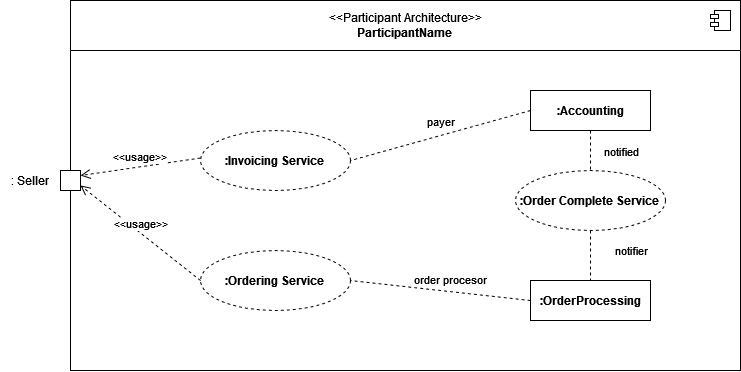
Above: Images/Tutorial Images/Services Architecture/13.png in giva16/drawio-custom-lib (draw.io), before the change. Source tidied: cells renumbered, new cells last; positions are measured from the earlier drawing's top-left corner, leaving out a move shared by most shapes. Source of this version:
```xml
<mxGraphModel>
  <root>
    <mxCell id="0" />
    <mxCell id="1" parent="0" />
    <mxCell id="2" style="group;" parent="1" vertex="1">
      <mxGeometry width="740" height="370" as="geometry" />
    </mxCell>
    <mxCell id="3" style="group;" parent="2" vertex="1">
      <mxGeometry x="60" width="680" height="370" as="geometry" />
    </mxCell>
    <mxCell id="4" value="&lt;div&gt;&lt;span style=&quot;font-weight: normal;&quot;&gt;&amp;lt;&amp;lt;Participant Architecture&amp;gt;&amp;gt;&lt;/span&gt;&lt;/div&gt;&lt;div&gt;ParticipantName&lt;br&gt;&lt;/div&gt;" style="swimlane;rounded=0;whiteSpace=wrap;html=1;startSize=50;" parent="3" vertex="1">
      <mxGeometry x="10" width="670" height="370" as="geometry" />
    </mxCell>
    <mxCell id="5" style="shape=component;jettyWidth=8;jettyHeight=4;" parent="4" vertex="1">
      <mxGeometry x="1" width="20" height="20" relative="1" as="geometry">
        <mxPoint x="-30" y="10" as="offset" />
      </mxGeometry>
    </mxCell>
    <mxCell id="6" value="&lt;b&gt;:Invoicing Service&lt;br&gt;&lt;/b&gt;" style="ellipse;whiteSpace=wrap;html=1;dashed=1;" parent="4" vertex="1">
      <mxGeometry x="130" y="130" width="150" height="60" as="geometry" />
    </mxCell>
    <mxCell id="7" value="&lt;b&gt;:Ordering Service&lt;br&gt;&lt;/b&gt;" style="ellipse;whiteSpace=wrap;html=1;dashed=1;" parent="4" vertex="1">
      <mxGeometry x="130" y="250" width="150" height="60" as="geometry" />
    </mxCell>
    <mxCell id="8" value="&lt;b&gt;:OrderProcessing&lt;/b&gt;" style="rounded=0;whiteSpace=wrap;html=1;" parent="4" vertex="1">
      <mxGeometry x="460" y="280" width="120" height="40" as="geometry" />
    </mxCell>
    <mxCell id="9" value="&lt;b&gt;:Order Complete Service&lt;br&gt;&lt;/b&gt;" style="ellipse;whiteSpace=wrap;html=1;dashed=1;" parent="4" vertex="1">
      <mxGeometry x="445" y="170" width="150" height="60" as="geometry" />
    </mxCell>
    <mxCell id="10" value="&lt;b&gt;:Accounting&lt;/b&gt;" style="rounded=0;whiteSpace=wrap;html=1;" parent="4" vertex="1">
      <mxGeometry x="460" y="90" width="120" height="40" as="geometry" />
    </mxCell>
    <mxCell id="11" style="endArrow=none;dashed=1;html=1;rounded=0;entryX=1;entryY=0.5;entryDx=0;entryDy=0;exitX=0;exitY=0.5;exitDx=0;exitDy=0;" parent="4" edge="1" source="10" target="6">
      <mxGeometry relative="1" as="geometry" />
    </mxCell>
    <mxCell id="12" value="payer" style="edgeLabel;html=1;align=center;verticalAlign=middle;" parent="11" vertex="1">
      <mxGeometry x="-0.28" y="-2" relative="1" as="geometry">
        <mxPoint x="-25" y="-6" as="offset" />
      </mxGeometry>
    </mxCell>
    <mxCell id="13" style="endArrow=none;dashed=1;html=1;rounded=0;entryX=1;entryY=0.5;entryDx=0;entryDy=0;exitX=0;exitY=0.5;exitDx=0;exitDy=0;" parent="4" edge="1" source="8" target="7">
      <mxGeometry relative="1" as="geometry" />
    </mxCell>
    <mxCell id="14" value="order procesor" style="edgeLabel;html=1;align=center;verticalAlign=middle;" parent="13" vertex="1">
      <mxGeometry x="-0.28" y="-2" relative="1" as="geometry">
        <mxPoint x="-16" y="-12" as="offset" />
      </mxGeometry>
    </mxCell>
    <mxCell id="15" value="&amp;lt;&amp;lt;usage&amp;gt;&amp;gt;" style="html=1;verticalAlign=bottom;endArrow=open;dashed=1;endSize=8;elbow=vertical;curved=0;rounded=0;entryX=1;entryY=0.75;entryDx=0;entryDy=0;" parent="4" edge="1" target="21">
      <mxGeometry relative="1" as="geometry">
        <mxPoint x="130" y="280" as="sourcePoint" />
      </mxGeometry>
    </mxCell>
    <mxCell id="16" value="&amp;lt;&amp;lt;usage&amp;gt;&amp;gt;" style="html=1;verticalAlign=bottom;endArrow=open;dashed=1;endSize=8;elbow=vertical;curved=0;rounded=0;entryX=1;entryY=0.25;entryDx=0;entryDy=0;" parent="4" edge="1" target="21">
      <mxGeometry relative="1" as="geometry">
        <mxPoint x="130" y="157.5" as="sourcePoint" />
      </mxGeometry>
    </mxCell>
    <mxCell id="17" style="endArrow=none;dashed=1;html=1;rounded=0;entryX=0.5;entryY=0;entryDx=0;entryDy=0;exitX=0.5;exitY=1;exitDx=0;exitDy=0;" parent="4" edge="1" source="10" target="9">
      <mxGeometry relative="1" as="geometry" />
    </mxCell>
    <mxCell id="18" value="notified" style="edgeLabel;html=1;align=center;verticalAlign=middle;" parent="17" vertex="1">
      <mxGeometry x="-0.28" y="-2" relative="1" as="geometry">
        <mxPoint x="32" y="6" as="offset" />
      </mxGeometry>
    </mxCell>
    <mxCell id="19" style="endArrow=none;dashed=1;html=1;rounded=0;entryX=0.5;entryY=0;entryDx=0;entryDy=0;exitX=0.5;exitY=1;exitDx=0;exitDy=0;" parent="4" edge="1" source="9" target="8">
      <mxGeometry relative="1" as="geometry" />
    </mxCell>
    <mxCell id="20" value="notifier" style="edgeLabel;html=1;align=center;verticalAlign=middle;" parent="19" vertex="1">
      <mxGeometry x="-0.28" y="-2" relative="1" as="geometry">
        <mxPoint x="42" y="2" as="offset" />
      </mxGeometry>
    </mxCell>
    <mxCell id="21" style="html=1;rounded=0;" parent="3" vertex="1">
      <mxGeometry y="170" width="20" height="20" as="geometry" />
    </mxCell>
    <mxCell id="22" value=": Seller" style="text;strokeColor=none;align=center;fillColor=none;html=1;verticalAlign=middle;whiteSpace=wrap;rounded=0;" parent="2" vertex="1">
      <mxGeometry y="160" width="60" height="40" as="geometry" />
    </mxCell>
  </root>
</mxGraphModel>
```
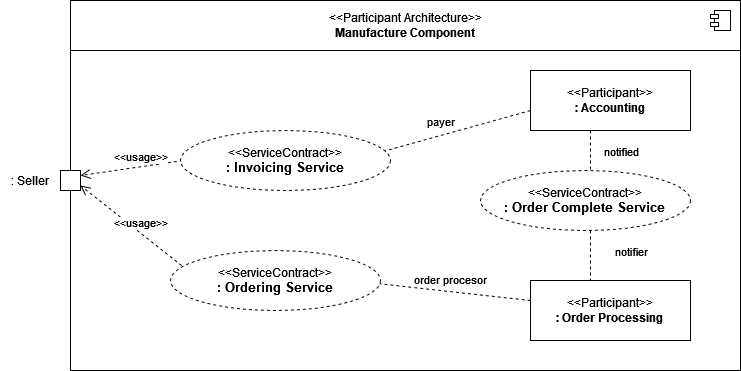
The same diagram one commit later.

Change to the diagram source:
```diff
@@ -8,7 +8,7 @@
     <mxCell id="3" style="group;" parent="2" vertex="1">
       <mxGeometry x="60" width="680" height="370" as="geometry" />
     </mxCell>
-    <mxCell id="4" value="&lt;div&gt;&lt;span style=&quot;font-weight: normal;&quot;&gt;&amp;lt;&amp;lt;Participant Architecture&amp;gt;&amp;gt;&lt;/span&gt;&lt;/div&gt;&lt;div&gt;ParticipantName&lt;br&gt;&lt;/div&gt;" style="swimlane;rounded=0;whiteSpace=wrap;html=1;startSize=50;" parent="3" vertex="1">
+    <mxCell id="4" value="&lt;div&gt;&lt;span style=&quot;font-weight: normal;&quot;&gt;&amp;lt;&amp;lt;Participant Architecture&amp;gt;&amp;gt;&lt;/span&gt;&lt;/div&gt;&lt;div&gt;Manufacture Component&lt;br&gt;&lt;/div&gt;" style="swimlane;rounded=0;whiteSpace=wrap;html=1;startSize=50;" parent="3" vertex="1">
       <mxGeometry x="10" width="670" height="370" as="geometry" />
     </mxCell>
     <mxCell id="5" style="shape=component;jettyWidth=8;jettyHeight=4;" parent="4" vertex="1">
@@ -16,62 +16,74 @@
         <mxPoint x="-30" y="10" as="offset" />
       </mxGeometry>
     </mxCell>
-    <mxCell id="6" value="&lt;b&gt;:Invoicing Service&lt;br&gt;&lt;/b&gt;" style="ellipse;whiteSpace=wrap;html=1;dashed=1;" parent="4" vertex="1">
-      <mxGeometry x="130" y="130" width="150" height="60" as="geometry" />
+    <mxCell id="6" style="endArrow=none;dashed=1;html=1;rounded=0;entryX=1;entryY=0.5;entryDx=0;entryDy=0;exitX=0;exitY=0.5;exitDx=0;exitDy=0;" parent="4" edge="1">
+      <mxGeometry relative="1" as="geometry">
+        <mxPoint x="460" y="110" as="sourcePoint" />
+        <mxPoint x="280" y="160" as="targetPoint" />
+      </mxGeometry>
     </mxCell>
-    <mxCell id="7" value="&lt;b&gt;:Ordering Service&lt;br&gt;&lt;/b&gt;" style="ellipse;whiteSpace=wrap;html=1;dashed=1;" parent="4" vertex="1">
-      <mxGeometry x="130" y="250" width="150" height="60" as="geometry" />
+    <mxCell id="7" value="payer" style="edgeLabel;html=1;align=center;verticalAlign=middle;points=[];" parent="6" vertex="1">
+      <mxGeometry x="-0.28" y="-2" relative="1" as="geometry">
+        <mxPoint x="-25" y="-6" as="offset" />
+      </mxGeometry>
     </mxCell>
-    <mxCell id="8" value="&lt;b&gt;:OrderProcessing&lt;/b&gt;" style="rounded=0;whiteSpace=wrap;html=1;" parent="4" vertex="1">
-      <mxGeometry x="460" y="280" width="120" height="40" as="geometry" />
+    <mxCell id="8" style="endArrow=none;dashed=1;html=1;rounded=0;entryX=1;entryY=0.5;entryDx=0;entryDy=0;exitX=0;exitY=0.5;exitDx=0;exitDy=0;" parent="4" edge="1">
+      <mxGeometry relative="1" as="geometry">
+        <mxPoint x="460" y="300" as="sourcePoint" />
+        <mxPoint x="280" y="280" as="targetPoint" />
+      </mxGeometry>
     </mxCell>
-    <mxCell id="9" value="&lt;b&gt;:Order Complete Service&lt;br&gt;&lt;/b&gt;" style="ellipse;whiteSpace=wrap;html=1;dashed=1;" parent="4" vertex="1">
-      <mxGeometry x="445" y="170" width="150" height="60" as="geometry" />
+    <mxCell id="9" value="order procesor" style="edgeLabel;html=1;align=center;verticalAlign=middle;points=[];" parent="8" vertex="1">
+      <mxGeometry x="-0.28" y="-2" relative="1" as="geometry">
+        <mxPoint x="-16" y="-12" as="offset" />
+      </mxGeometry>
     </mxCell>
-    <mxCell id="10" value="&lt;b&gt;:Accounting&lt;/b&gt;" style="rounded=0;whiteSpace=wrap;html=1;" parent="4" vertex="1">
-      <mxGeometry x="460" y="90" width="120" height="40" as="geometry" />
+    <mxCell id="10" value="&amp;lt;&amp;lt;usage&amp;gt;&amp;gt;" style="html=1;verticalAlign=bottom;endArrow=open;dashed=1;endSize=8;elbow=vertical;curved=0;rounded=0;entryX=1;entryY=0.75;entryDx=0;entryDy=0;" parent="4" edge="1" target="21">
+      <mxGeometry relative="1" as="geometry">
+        <mxPoint x="130" y="280" as="sourcePoint" />
+      </mxGeometry>
     </mxCell>
-    <mxCell id="11" style="endArrow=none;dashed=1;html=1;rounded=0;entryX=1;entryY=0.5;entryDx=0;entryDy=0;exitX=0;exitY=0.5;exitDx=0;exitDy=0;" parent="4" edge="1" source="10" target="6">
-      <mxGeometry relative="1" as="geometry" />
+    <mxCell id="11" value="&amp;lt;&amp;lt;usage&amp;gt;&amp;gt;" style="html=1;verticalAlign=bottom;endArrow=open;dashed=1;endSize=8;elbow=vertical;curved=0;rounded=0;entryX=1;entryY=0.25;entryDx=0;entryDy=0;" parent="4" edge="1" target="21">
+      <mxGeometry relative="1" as="geometry">
+        <mxPoint x="130" y="157.5" as="sourcePoint" />
+      </mxGeometry>
     </mxCell>
-    <mxCell id="12" value="payer" style="edgeLabel;html=1;align=center;verticalAlign=middle;" parent="11" vertex="1">
-      <mxGeometry x="-0.28" y="-2" relative="1" as="geometry">
-        <mxPoint x="-25" y="-6" as="offset" />
+    <mxCell id="12" style="endArrow=none;dashed=1;html=1;rounded=0;entryX=0.5;entryY=0;entryDx=0;entryDy=0;exitX=0.5;exitY=1;exitDx=0;exitDy=0;" parent="4" edge="1">
+      <mxGeometry relative="1" as="geometry">
+        <mxPoint x="520" y="130" as="sourcePoint" />
+        <mxPoint x="520" y="170" as="targetPoint" />
       </mxGeometry>
     </mxCell>
-    <mxCell id="13" style="endArrow=none;dashed=1;html=1;rounded=0;entryX=1;entryY=0.5;entryDx=0;entryDy=0;exitX=0;exitY=0.5;exitDx=0;exitDy=0;" parent="4" edge="1" source="8" target="7">
-      <mxGeometry relative="1" as="geometry" />
+    <mxCell id="13" value="notified" style="edgeLabel;html=1;align=center;verticalAlign=middle;" parent="12" vertex="1">
+      <mxGeometry x="-0.28" y="-2" relative="1" as="geometry">
+        <mxPoint x="32" y="6" as="offset" />
+      </mxGeometry>
     </mxCell>
-    <mxCell id="14" value="order procesor" style="edgeLabel;html=1;align=center;verticalAlign=middle;" parent="13" vertex="1">
-      <mxGeometry x="-0.28" y="-2" relative="1" as="geometry">
-        <mxPoint x="-16" y="-12" as="offset" />
+    <mxCell id="14" style="endArrow=none;dashed=1;html=1;rounded=0;entryX=0.5;entryY=0;entryDx=0;entryDy=0;exitX=0.5;exitY=1;exitDx=0;exitDy=0;" parent="4" edge="1">
+      <mxGeometry relative="1" as="geometry">
+        <mxPoint x="520" y="230" as="sourcePoint" />
+        <mxPoint x="520" y="280" as="targetPoint" />
       </mxGeometry>
     </mxCell>
-    <mxCell id="15" value="&amp;lt;&amp;lt;usage&amp;gt;&amp;gt;" style="html=1;verticalAlign=bottom;endArrow=open;dashed=1;endSize=8;elbow=vertical;curved=0;rounded=0;entryX=1;entryY=0.75;entryDx=0;entryDy=0;" parent="4" edge="1" target="21">
-      <mxGeometry relative="1" as="geometry">
-        <mxPoint x="130" y="280" as="sourcePoint" />
+    <mxCell id="15" value="notifier" style="edgeLabel;html=1;align=center;verticalAlign=middle;" parent="14" vertex="1">
+      <mxGeometry x="-0.28" y="-2" relative="1" as="geometry">
+        <mxPoint x="42" y="2" as="offset" />
       </mxGeometry>
     </mxCell>
-    <mxCell id="16" value="&amp;lt;&amp;lt;usage&amp;gt;&amp;gt;" style="html=1;verticalAlign=bottom;endArrow=open;dashed=1;endSize=8;elbow=vertical;curved=0;rounded=0;entryX=1;entryY=0.25;entryDx=0;entryDy=0;" parent="4" edge="1" target="21">
-      <mxGeometry relative="1" as="geometry">
-        <mxPoint x="130" y="157.5" as="sourcePoint" />
-      </mxGeometry>
+    <mxCell id="16" value="&lt;div&gt;&amp;lt;&amp;lt;Participant&amp;gt;&amp;gt;&lt;br&gt;&lt;/div&gt;&lt;div&gt;&lt;b&gt;: Order Processing&lt;br&gt;&lt;/b&gt;&lt;/div&gt;" style="rounded=0;whiteSpace=wrap;html=1;" parent="4" vertex="1">
+      <mxGeometry x="460" y="280" width="160" height="60" as="geometry" />
     </mxCell>
-    <mxCell id="17" style="endArrow=none;dashed=1;html=1;rounded=0;entryX=0.5;entryY=0;entryDx=0;entryDy=0;exitX=0.5;exitY=1;exitDx=0;exitDy=0;" parent="4" edge="1" source="10" target="9">
-      <mxGeometry relative="1" as="geometry" />
+    <mxCell id="17" value="&lt;div&gt;&amp;lt;&amp;lt;Participant&amp;gt;&amp;gt;&lt;br&gt;&lt;/div&gt;&lt;div&gt;&lt;b&gt;: Accounting&lt;br&gt;&lt;/b&gt;&lt;/div&gt;" style="rounded=0;whiteSpace=wrap;html=1;" parent="4" vertex="1">
+      <mxGeometry x="460" y="70" width="160" height="60" as="geometry" />
     </mxCell>
-    <mxCell id="18" value="notified" style="edgeLabel;html=1;align=center;verticalAlign=middle;" parent="17" vertex="1">
-      <mxGeometry x="-0.28" y="-2" relative="1" as="geometry">
-        <mxPoint x="32" y="6" as="offset" />
-      </mxGeometry>
+    <mxCell id="18" value="&amp;lt;&amp;lt;ServiceContract&amp;gt;&amp;gt;&lt;br&gt;&lt;div style=&quot;font-size: 13px;&quot;&gt;&lt;b&gt;: Invoicing Service&lt;br&gt;&lt;/b&gt;&lt;/div&gt;" style="ellipse;whiteSpace=wrap;html=1;dashed=1;" parent="4" vertex="1">
+      <mxGeometry x="110" y="130" width="210" height="60" as="geometry" />
     </mxCell>
-    <mxCell id="19" style="endArrow=none;dashed=1;html=1;rounded=0;entryX=0.5;entryY=0;entryDx=0;entryDy=0;exitX=0.5;exitY=1;exitDx=0;exitDy=0;" parent="4" edge="1" source="9" target="8">
-      <mxGeometry relative="1" as="geometry" />
+    <mxCell id="19" value="&amp;lt;&amp;lt;ServiceContract&amp;gt;&amp;gt;&lt;br&gt;&lt;div style=&quot;font-size: 13px;&quot;&gt;&lt;b&gt;: Ordering Service&lt;br&gt;&lt;/b&gt;&lt;/div&gt;" style="ellipse;whiteSpace=wrap;html=1;dashed=1;" parent="4" vertex="1">
+      <mxGeometry x="100" y="250" width="210" height="60" as="geometry" />
     </mxCell>
-    <mxCell id="20" value="notifier" style="edgeLabel;html=1;align=center;verticalAlign=middle;" parent="19" vertex="1">
-      <mxGeometry x="-0.28" y="-2" relative="1" as="geometry">
-        <mxPoint x="42" y="2" as="offset" />
-      </mxGeometry>
+    <mxCell id="20" value="&amp;lt;&amp;lt;ServiceContract&amp;gt;&amp;gt;&lt;br&gt;&lt;div style=&quot;font-size: 13px;&quot;&gt;&lt;b&gt;: Order Complete Service&lt;br&gt;&lt;/b&gt;&lt;/div&gt;" style="ellipse;whiteSpace=wrap;html=1;dashed=1;" parent="4" vertex="1">
+      <mxGeometry x="410" y="170" width="210" height="60" as="geometry" />
     </mxCell>
     <mxCell id="21" style="html=1;rounded=0;" parent="3" vertex="1">
       <mxGeometry y="170" width="20" height="20" as="geometry" />
```
